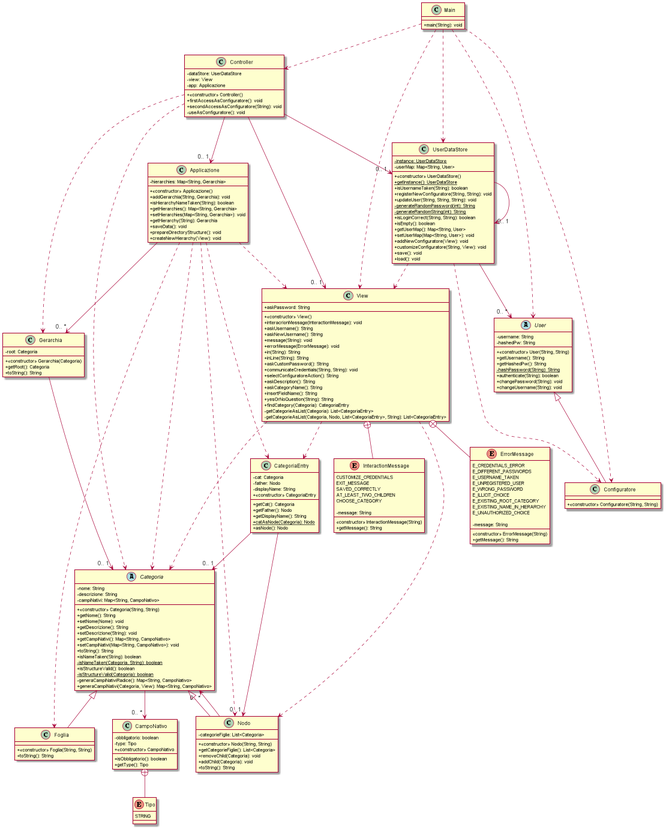
eletoo/inge_del_software keeps this PlantUML diagram as doc/uml/version1/png/Final Class diagram-Version1.0.png. Above is the earlier version.
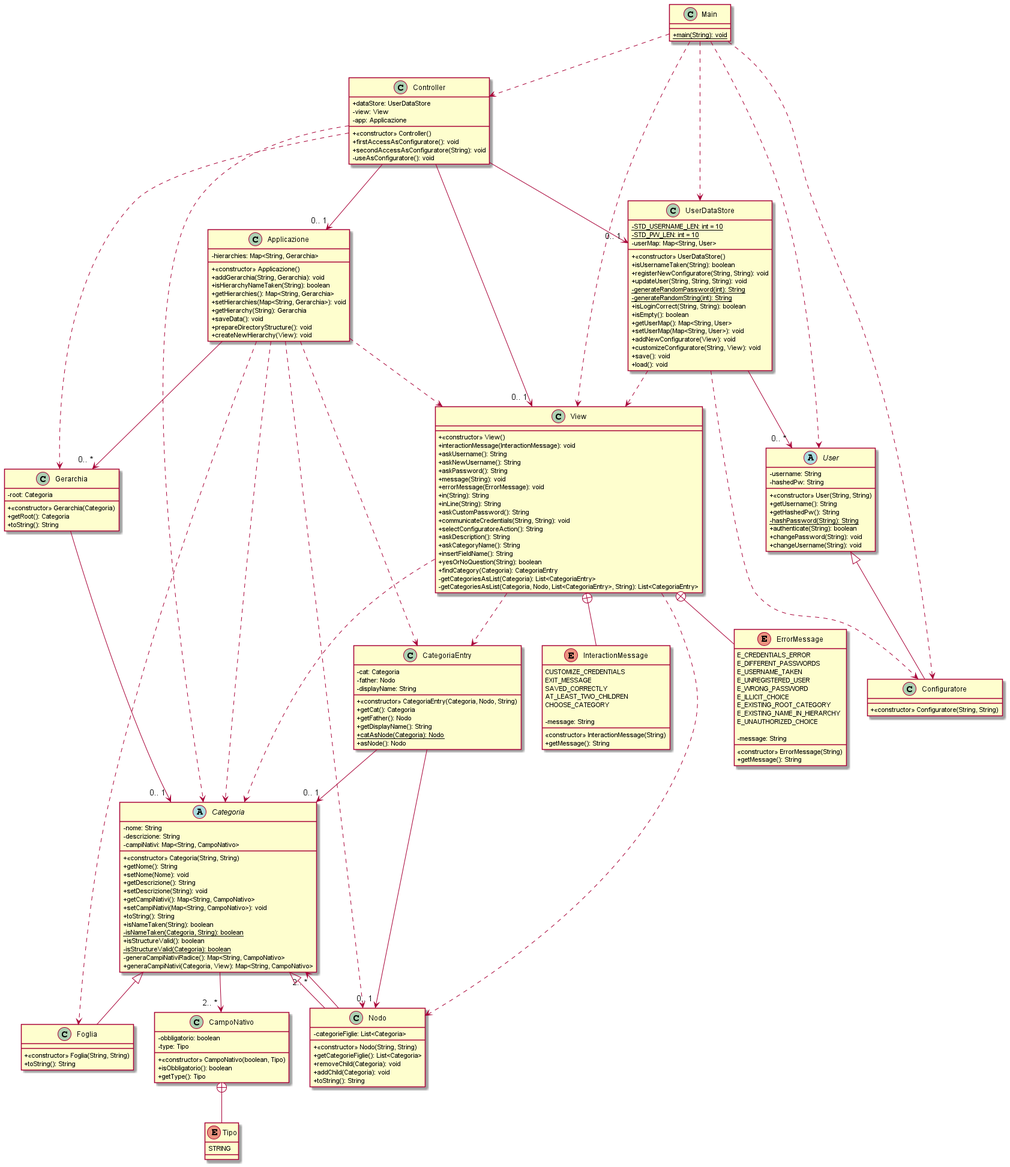
Later version of the same file.

The edit, as a diff of the source:
```diff
@@ -17,7 +17,7 @@
 class CampoNativo{
 - obbligatorio: boolean
 - type: Tipo
-+ <<constructor>> CampoNativo
++ <<constructor>> CampoNativo(boolean, Tipo)
 + isObbligatorio(): boolean
 + getType(): Tipo
 }
@@ -73,7 +73,7 @@
 - cat: Categoria
 - father: Nodo
 - displayName: String
-+ <<constructor>> CategoriaEntry
++ <<constructor>> CategoriaEntry(Categoria, Nodo, String)
 + getCat(): Categoria
 + getFather(): Nodo
 + getDisplayName(): String
@@ -97,10 +97,10 @@
 
 class View{
 + <<constructor>> View()
-+ interacrionMessage(InteractionMessage): void
++ interactionMessage(InteractionMessage): void
 + askUsername(): String
 + askNewUsername(): String
-+ askPassword: String
++ askPassword(): String
 + message(String): void
 + errorMessage(ErrorMessage): void
 + in(String): String
@@ -111,10 +111,10 @@
 + askDescription(): String
 + askCategoryName(): String
 + insertFieldName(): String
-+ yesOrNoQuestion(String): String
++ yesOrNoQuestion(String): boolean
 + findCategory(Categoria): CategoriaEntry
-- getCategorieAsList(Categoria): List<CategoriaEntry>
-- getCategorieAsList(Categoria, Nodo, List<CategoriaEntry>, String): List<CategoriaEntry>
+- getCategoriesAsList(Categoria): List<CategoriaEntry>
+- getCategoriesAsList(Categoria, Nodo, List<CategoriaEntry>, String): List<CategoriaEntry>
 }
 
 enum ErrorMessage{
@@ -146,10 +146,10 @@
 }
 
 class UserDataStore{
-- {static}instance: UserDataStore
+- {static}STD_USERNAME_LEN: int = 10
+- {static}STD_PW_LEN: int = 10
 - userMap: Map<String, User>
 + <<constructor>> UserDataStore()
-+ {static}getInstance(): UserDataStore
 + isUsernameTaken(String): boolean
 + registerNewConfiguratore(String, String): void
 + updateUser(String, String, String): void
@@ -166,7 +166,7 @@
 }
 
 class Controller{
-- dataStore: UserDataStore
++ dataStore: UserDataStore
 - view: View
 - app: Applicazione
 + <<constructor>> Controller()
@@ -176,7 +176,7 @@
 }
 
 class Main{
-+ main(String): void
++ {static}main(String): void
 }
 
 CampoNativo +-- Tipo
@@ -203,13 +203,12 @@
 Controller --> "0.. 1 " UserDataStore
 Controller --> "0.. 1 " View
 Controller --> "0.. 1 " Applicazione
-UserDataStore --> "0.. 1 " UserDataStore
 CategoriaEntry --> "0.. 1 " Categoria
 CategoriaEntry --> "0.. 1 " Nodo
-Categoria --> "0.. * " CampoNativo
+Categoria --> "2.. * " CampoNativo
 Gerarchia --> "0.. 1 " Categoria
 Applicazione --> "0.. * " Gerarchia
-Nodo --> "0.. * " Categoria
+Nodo --> "2.. * " Categoria
 Categoria <|-- Nodo
 Categoria <|-- Foglia
 User <|-- Configuratore
```
